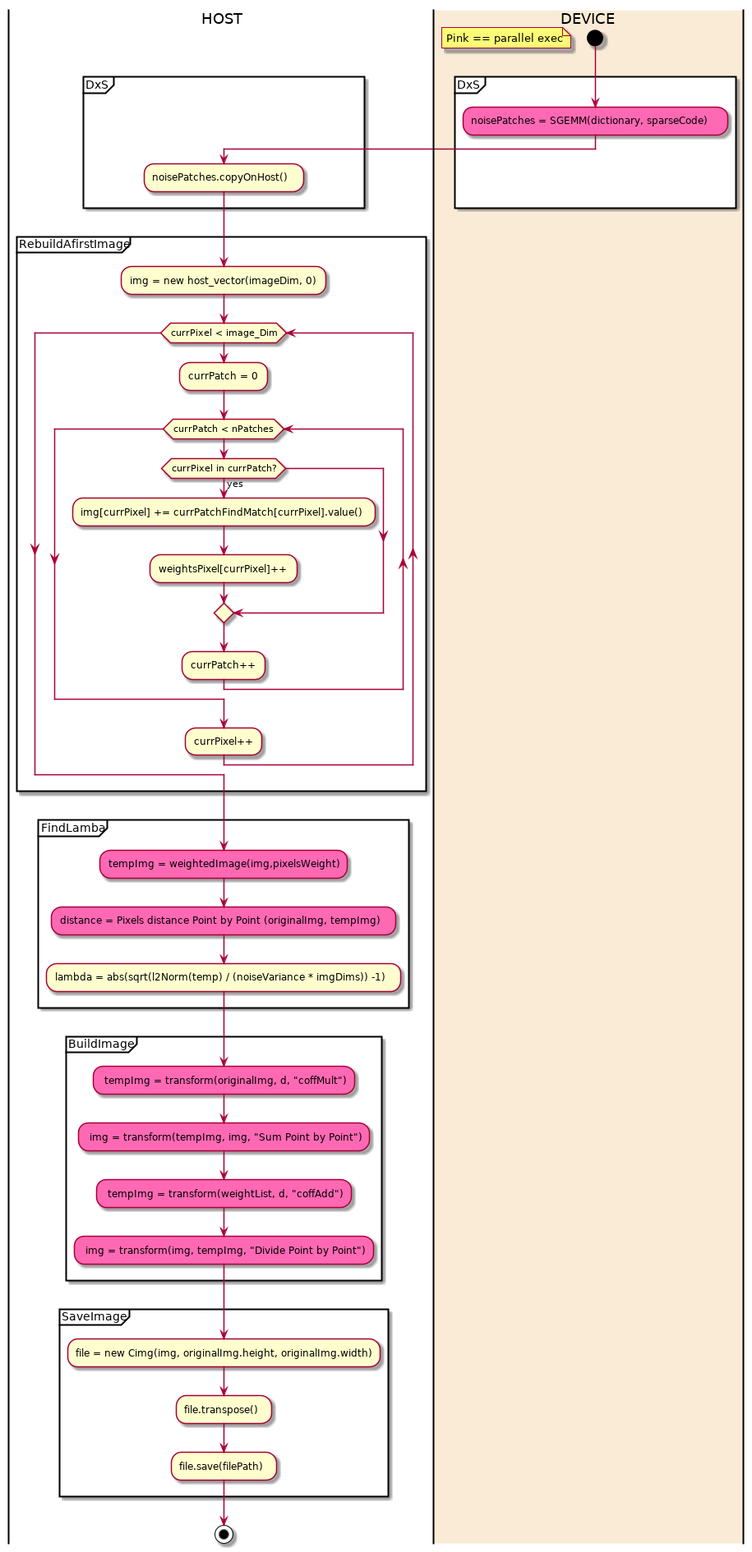
Above: uml/out/uml/src/BuildImageDenoisedDiagram.png in newfla/CUDA-K-SVD-Denoising (PlantUML), before the change.
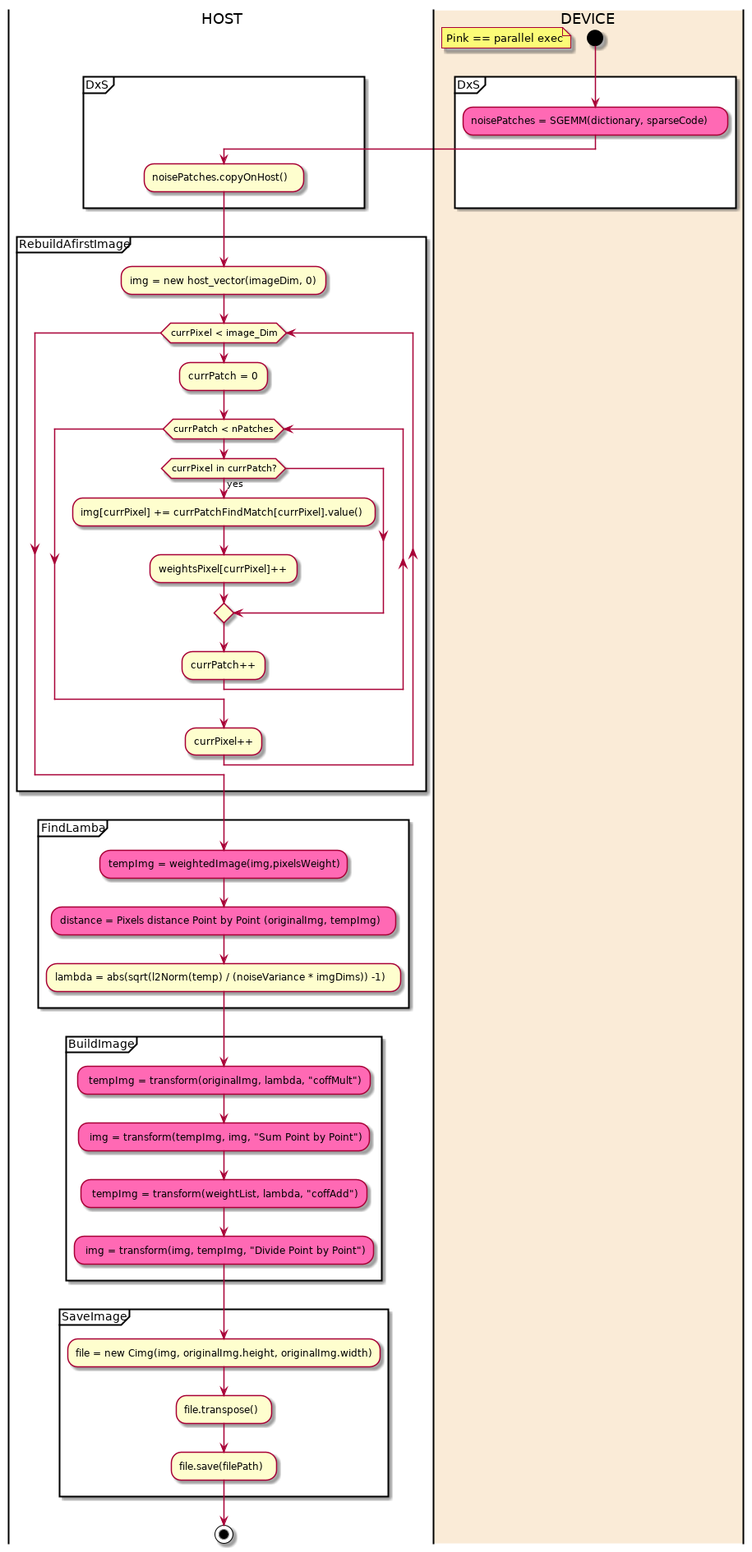
After the commit.

Change to the diagram source:
```diff
@@ -32,9 +32,9 @@
 }
 
 partition BuildImage {
-    #HotPink: tempImg = transform(originalImg, d, "coffMult");
+    #HotPink: tempImg = transform(originalImg, lambda, "coffMult");
     #HotPink: img = transform(tempImg, img, "Sum Point by Point");
-    #HotPink: tempImg = transform(weightList, d, "coffAdd");
+    #HotPink: tempImg = transform(weightList, lambda, "coffAdd");
     #HotPink: img = transform(img, tempImg, "Divide Point by Point");
 }
 
```
